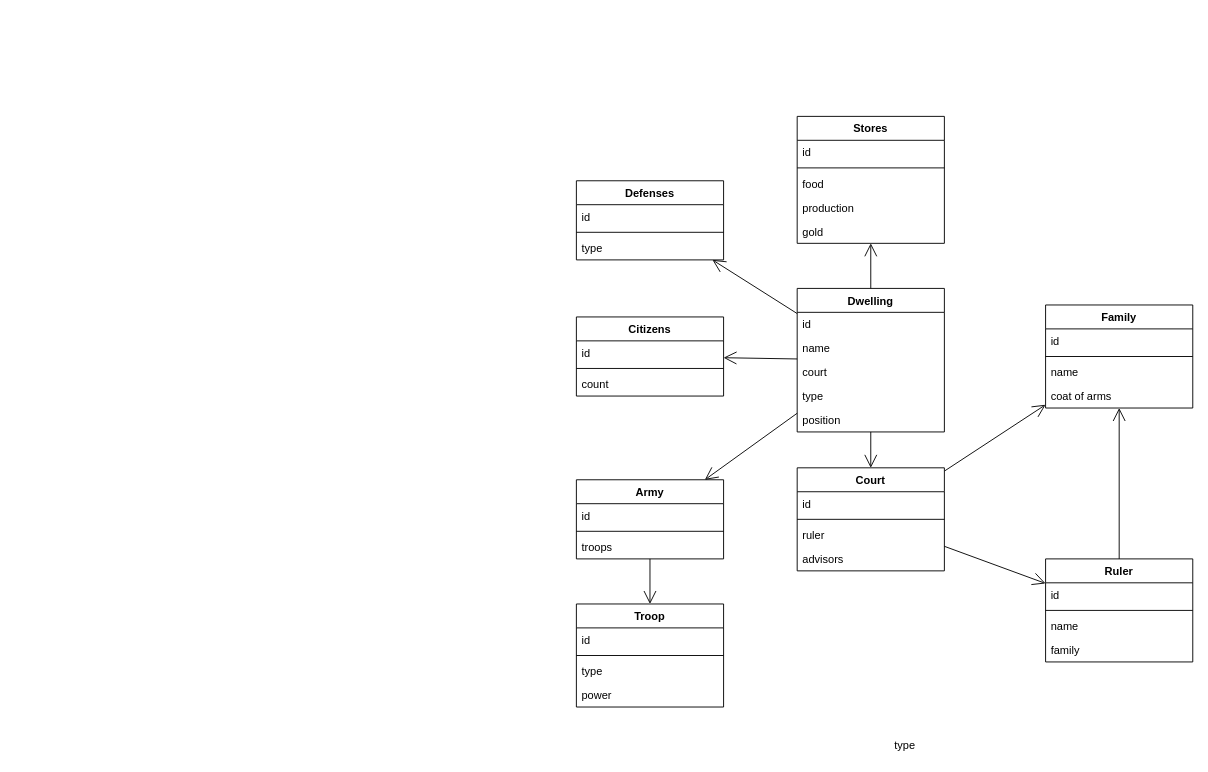
The draw.io diagram _designs/city_army.drawio in Oglop/RPGSim_r2, before the edit. Source tidied: cells renumbered, new cells numbered last; positions are measured from the earlier drawing's top-left corner, leaving out a move shared by most shapes. Both pictures are drawn from the tidied source at 92%, with x=0, y=0 at pixel (576, 116).
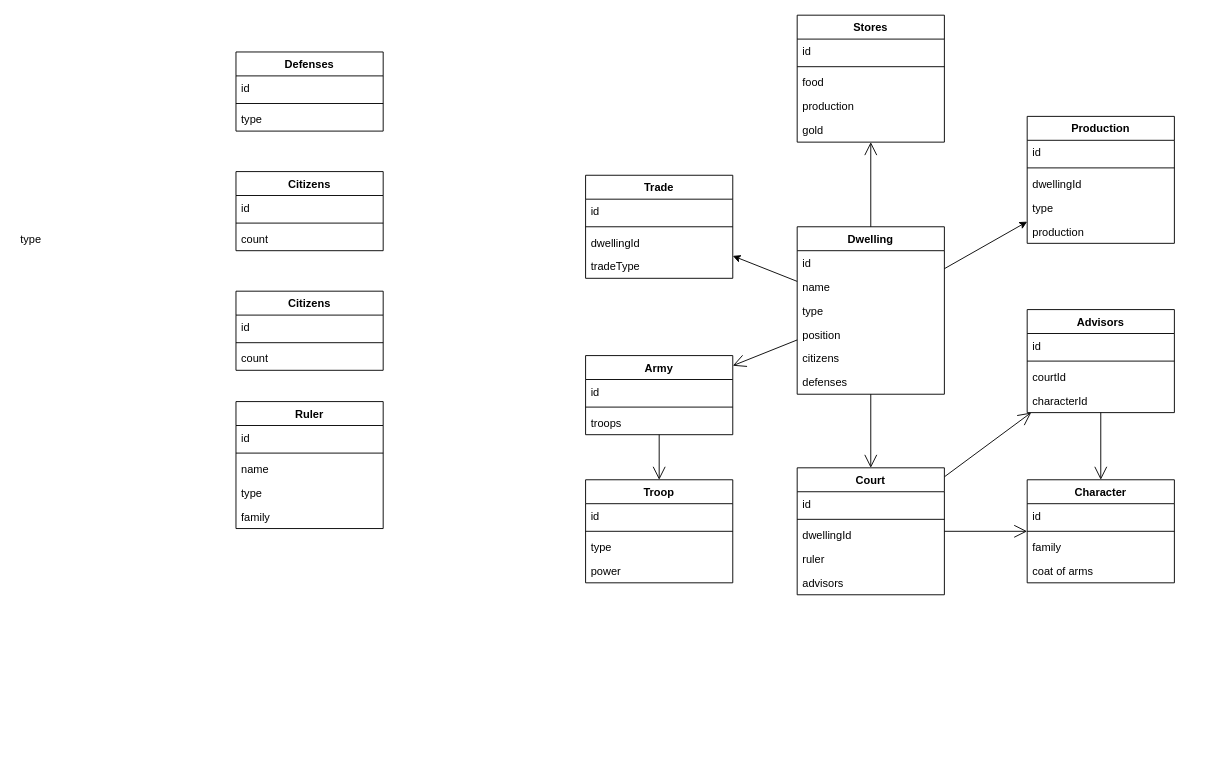
Above is the later version.

Commit message:
update city model

The edit, as a diff of the source:
```diff
@@
     <mxCell id="2" value="Dwelling" style="swimlane;fontStyle=1;align=center;verticalAlign=top;horizontal=1;startSize=26;" parent="1" vertex="1">
-      <mxGeometry x="240" y="187" width="160" height="156" as="geometry" />
+      <mxGeometry x="240" y="120" width="160" height="182" as="geometry" />
     </mxCell>
@@
-    <mxCell id="5" value="court" style="text;strokeColor=none;fillColor=none;align=left;verticalAlign=top;spacingLeft=4;spacingRight=4;overflow=hidden;" parent="2" vertex="1">
-      <mxGeometry y="78" width="160" height="26" as="geometry" />
-    </mxCell>
     <mxCell id="6" value="type" style="text;strokeColor=none;fillColor=none;align=left;verticalAlign=top;spacingLeft=4;spacingRight=4;overflow=hidden;" parent="2" vertex="1">
-      <mxGeometry y="104" width="160" height="26" as="geometry" />
+      <mxGeometry y="78" width="160" height="26" as="geometry" />
     </mxCell>
     <mxCell id="7" value="position" style="text;strokeColor=none;fillColor=none;align=left;verticalAlign=top;spacingLeft=4;spacingRight=4;overflow=hidden;" parent="2" vertex="1">
-      <mxGeometry y="130" width="160" height="26" as="geometry" />
+      <mxGeometry y="104" width="160" height="26" as="geometry" />
     </mxCell>
+    <mxCell id="56" value="citizens" style="text;strokeColor=none;fillColor=none;align=left;verticalAlign=top;spacingLeft=4;spacingRight=4;overflow=hidden;" parent="2" vertex="1">
+      <mxGeometry y="130" width="160" height="26" as="geometry" />
+    </mxCell>
+    <mxCell id="57" value="defenses" style="text;strokeColor=none;fillColor=none;align=left;verticalAlign=top;spacingLeft=4;spacingRight=4;overflow=hidden;" parent="2" vertex="1">
+      <mxGeometry y="156" width="160" height="26" as="geometry" />
+    </mxCell>
     <mxCell id="8" value="Ruler" style="swimlane;fontStyle=1;align=center;verticalAlign=top;horizontal=1;startSize=26;" parent="1" vertex="1">
-      <mxGeometry x="510" y="481" width="160" height="112" as="geometry" />
+      <mxGeometry x="-370" y="310" width="160" height="138" as="geometry" />
     </mxCell>
@@
+    <mxCell id="58" value="type" style="text;strokeColor=none;fillColor=none;align=left;verticalAlign=top;spacingLeft=4;spacingRight=4;overflow=hidden;" parent="8" vertex="1">
+      <mxGeometry y="86" width="160" height="26" as="geometry" />
+    </mxCell>
     <mxCell id="12" value="family" style="text;strokeColor=none;fillColor=none;align=left;verticalAlign=top;spacingLeft=4;spacingRight=4;overflow=hidden;" parent="8" vertex="1">
-      <mxGeometry y="86" width="160" height="26" as="geometry" />
+      <mxGeometry y="112" width="160" height="26" as="geometry" />
     </mxCell>
-    <mxCell id="13" value="Family" style="swimlane;fontStyle=1;align=center;verticalAlign=top;horizontal=1;startSize=26;" parent="1" vertex="1">
-      <mxGeometry x="510" y="205" width="160" height="112" as="geometry" />
+    <mxCell id="13" value="Advisors" style="swimlane;fontStyle=1;align=center;verticalAlign=top;horizontal=1;startSize=26;" parent="1" vertex="1">
+      <mxGeometry x="490" y="210" width="160" height="112" as="geometry" />
     </mxCell>
@@
+    <mxCell id="59" value="courtId" style="text;strokeColor=none;fillColor=none;align=left;verticalAlign=top;spacingLeft=4;spacingRight=4;overflow=hidden;" parent="13" vertex="1">
+      <mxGeometry y="60" width="160" height="26" as="geometry" />
+    </mxCell>
-    <mxCell id="16" value="name" style="text;strokeColor=none;fillColor=none;align=left;verticalAlign=top;spacingLeft=4;spacingRight=4;overflow=hidden;" parent="13" vertex="1">
-      <mxGeometry y="60" width="160" height="26" as="geometry" />
+    <mxCell id="16" value="characterId" style="text;strokeColor=none;fillColor=none;align=left;verticalAlign=top;spacingLeft=4;spacingRight=4;overflow=hidden;" parent="13" vertex="1">
+      <mxGeometry y="86" width="160" height="26" as="geometry" />
     </mxCell>
-    <mxCell id="17" value="coat of arms" style="text;strokeColor=none;fillColor=none;align=left;verticalAlign=top;spacingLeft=4;spacingRight=4;overflow=hidden;" parent="13" vertex="1">
-      <mxGeometry y="86" width="160" height="26" as="geometry" />
-    </mxCell>
     <mxCell id="18" value="Army" style="swimlane;fontStyle=1;align=center;verticalAlign=top;horizontal=1;startSize=26;" parent="1" vertex="1">
-      <mxGeometry y="395" width="160" height="86" as="geometry" />
+      <mxGeometry x="10" y="260" width="160" height="86" as="geometry" />
     </mxCell>
@@
     <mxCell id="22" value="Troop" style="swimlane;fontStyle=1;align=center;verticalAlign=top;horizontal=1;startSize=26;" parent="1" vertex="1">
-      <mxGeometry y="530" width="160" height="112" as="geometry" />
+      <mxGeometry x="10" y="395" width="160" height="112" as="geometry" />
     </mxCell>
@@
     <mxCell id="27" value="type" style="text;strokeColor=none;fillColor=none;align=left;verticalAlign=top;spacingLeft=4;spacingRight=4;overflow=hidden;" parent="1" vertex="1">
-      <mxGeometry x="340" y="670" width="160" height="26" as="geometry" />
+      <mxGeometry x="-610" y="120" width="160" height="26" as="geometry" />
     </mxCell>
     <mxCell id="28" value="Defenses" style="swimlane;fontStyle=1;align=center;verticalAlign=top;horizontal=1;startSize=26;" parent="1" vertex="1">
-      <mxGeometry y="70" width="160" height="86" as="geometry" />
+      <mxGeometry x="-370" y="-70" width="160" height="86" as="geometry" />
     </mxCell>
@@
-    <mxCell id="32" style="endArrow=open;endFill=1;endSize=12;html=1;rounded=0;" parent="1" edge="1" source="2" target="28">
-      <mxGeometry relative="1" as="geometry" />
-    </mxCell>
-    <mxCell id="33" style="endArrow=open;endFill=1;endSize=12;html=1;rounded=0;" parent="1" edge="1" source="2" target="44">
-      <mxGeometry relative="1" as="geometry" />
-    </mxCell>
@@
-    <mxCell id="35" style="endArrow=open;endFill=1;endSize=12;html=1;rounded=0;" parent="1" edge="1" source="8" target="13">
-      <mxGeometry relative="1" as="geometry" />
-    </mxCell>
@@
     <mxCell id="38" value="Stores" style="swimlane;fontStyle=1;align=center;verticalAlign=top;horizontal=1;startSize=26;" parent="1" vertex="1">
-      <mxGeometry x="240" width="160" height="138" as="geometry" />
+      <mxGeometry x="240" y="-110" width="160" height="138" as="geometry" />
     </mxCell>
@@
     <mxCell id="44" value="Citizens" style="swimlane;fontStyle=1;align=center;verticalAlign=top;horizontal=1;startSize=26;" parent="1" vertex="1">
-      <mxGeometry y="218" width="160" height="86" as="geometry" />
+      <mxGeometry x="-370" y="60" width="160" height="86" as="geometry" />
     </mxCell>
@@
     <mxCell id="49" value="Court" style="swimlane;fontStyle=1;align=center;verticalAlign=top;horizontal=1;startSize=26;" parent="1" vertex="1">
-      <mxGeometry x="240" y="382" width="160" height="112" as="geometry" />
+      <mxGeometry x="240" y="382" width="160" height="138" as="geometry" />
     </mxCell>
@@
+    <mxCell id="60" value="dwellingId" style="text;strokeColor=none;fillColor=none;align=left;verticalAlign=top;spacingLeft=4;spacingRight=4;overflow=hidden;" parent="49" vertex="1">
+      <mxGeometry y="60" width="160" height="26" as="geometry" />
+    </mxCell>
     <mxCell id="52" value="ruler" style="text;strokeColor=none;fillColor=none;align=left;verticalAlign=top;spacingLeft=4;spacingRight=4;overflow=hidden;" parent="49" vertex="1">
-      <mxGeometry y="60" width="160" height="26" as="geometry" />
+      <mxGeometry y="86" width="160" height="26" as="geometry" />
     </mxCell>
     <mxCell id="53" value="advisors" style="text;strokeColor=none;fillColor=none;align=left;verticalAlign=top;spacingLeft=4;spacingRight=4;overflow=hidden;" parent="49" vertex="1">
-      <mxGeometry y="86" width="160" height="26" as="geometry" />
+      <mxGeometry y="112" width="160" height="26" as="geometry" />
     </mxCell>
-    <mxCell id="54" style="endArrow=open;endFill=1;endSize=12;html=1;rounded=0;" parent="1" edge="1" source="49" target="8">
+    <mxCell id="54" style="endArrow=open;endFill=1;endSize=12;html=1;rounded=0;" parent="1" edge="1" source="49" target="67">
       <mxGeometry relative="1" as="geometry" />
     </mxCell>
@@
+    <mxCell id="61" value="Production" style="swimlane;fontStyle=1;align=center;verticalAlign=top;horizontal=1;startSize=26;" parent="1" vertex="1">
+      <mxGeometry x="490" width="160" height="138" as="geometry" />
+    </mxCell>
+    <mxCell id="62" value="id" style="text;strokeColor=none;fillColor=none;align=left;verticalAlign=top;spacingLeft=4;spacingRight=4;overflow=hidden;" parent="61" vertex="1">
+      <mxGeometry y="26" width="160" height="26" as="geometry" />
+    </mxCell>
+    <mxCell id="63" style="line;strokeWidth=1;fillColor=none;align=left;verticalAlign=middle;spacingTop=-1;spacingLeft=3;spacingRight=3;labelPosition=right;" parent="61" vertex="1">
+      <mxGeometry y="52" width="160" height="8" as="geometry" />
+    </mxCell>
+    <mxCell id="64" value="dwellingId" style="text;strokeColor=none;fillColor=none;align=left;verticalAlign=top;spacingLeft=4;spacingRight=4;overflow=hidden;" parent="61" vertex="1">
+      <mxGeometry y="60" width="160" height="26" as="geometry" />
+    </mxCell>
+    <mxCell id="65" value="type" style="text;strokeColor=none;fillColor=none;align=left;verticalAlign=top;spacingLeft=4;spacingRight=4;overflow=hidden;" parent="61" vertex="1">
+      <mxGeometry y="86" width="160" height="26" as="geometry" />
+    </mxCell>
+    <mxCell id="66" value="production" style="text;strokeColor=none;fillColor=none;align=left;verticalAlign=top;spacingLeft=4;spacingRight=4;overflow=hidden;" parent="61" vertex="1">
+      <mxGeometry y="112" width="160" height="26" as="geometry" />
+    </mxCell>
+    <mxCell id="67" value="Character" style="swimlane;fontStyle=1;align=center;verticalAlign=top;horizontal=1;startSize=26;" parent="1" vertex="1">
+      <mxGeometry x="490" y="395" width="160" height="112" as="geometry" />
+    </mxCell>
+    <mxCell id="68" value="id" style="text;strokeColor=none;fillColor=none;align=left;verticalAlign=top;spacingLeft=4;spacingRight=4;overflow=hidden;" parent="67" vertex="1">
+      <mxGeometry y="26" width="160" height="26" as="geometry" />
+    </mxCell>
+    <mxCell id="69" style="line;strokeWidth=1;fillColor=none;align=left;verticalAlign=middle;spacingTop=-1;spacingLeft=3;spacingRight=3;labelPosition=right;" parent="67" vertex="1">
+      <mxGeometry y="52" width="160" height="8" as="geometry" />
+    </mxCell>
+    <mxCell id="70" value="family" style="text;strokeColor=none;fillColor=none;align=left;verticalAlign=top;spacingLeft=4;spacingRight=4;overflow=hidden;" parent="67" vertex="1">
+      <mxGeometry y="60" width="160" height="26" as="geometry" />
+    </mxCell>
+    <mxCell id="17" value="coat of arms" style="text;strokeColor=none;fillColor=none;align=left;verticalAlign=top;spacingLeft=4;spacingRight=4;overflow=hidden;" parent="67" vertex="1">
+      <mxGeometry y="86" width="160" height="26" as="geometry" />
+    </mxCell>
+    <mxCell id="71" style="endArrow=open;endFill=1;endSize=12;html=1;rounded=0;" parent="1" edge="1" source="13" target="67">
+      <mxGeometry relative="1" as="geometry" />
+    </mxCell>
+    <mxCell id="72" style="endArrow=classic;html=1;rounded=0;" parent="1" edge="1" source="2" target="61">
+      <mxGeometry relative="1" as="geometry" />
+    </mxCell>
+    <mxCell id="73" value="Citizens" style="swimlane;fontStyle=1;align=center;verticalAlign=top;horizontal=1;startSize=26;" parent="1" vertex="1">
+      <mxGeometry x="-370" y="190" width="160" height="86" as="geometry" />
+    </mxCell>
+    <mxCell id="74" value="id" style="text;strokeColor=none;fillColor=none;align=left;verticalAlign=top;spacingLeft=4;spacingRight=4;overflow=hidden;" parent="73" vertex="1">
+      <mxGeometry y="26" width="160" height="26" as="geometry" />
+    </mxCell>
+    <mxCell id="75" style="line;strokeWidth=1;fillColor=none;align=left;verticalAlign=middle;spacingTop=-1;spacingLeft=3;spacingRight=3;labelPosition=right;" parent="73" vertex="1">
+      <mxGeometry y="52" width="160" height="8" as="geometry" />
+    </mxCell>
+    <mxCell id="76" value="count" style="text;strokeColor=none;fillColor=none;align=left;verticalAlign=top;spacingLeft=4;spacingRight=4;overflow=hidden;" parent="73" vertex="1">
+      <mxGeometry y="60" width="160" height="26" as="geometry" />
+    </mxCell>
+    <mxCell id="77" value="Trade" style="swimlane;fontStyle=1;align=center;verticalAlign=top;horizontal=1;startSize=26;" parent="1" vertex="1">
+      <mxGeometry x="10" y="64" width="160" height="112" as="geometry" />
+    </mxCell>
+    <mxCell id="78" value="id" style="text;strokeColor=none;fillColor=none;align=left;verticalAlign=top;spacingLeft=4;spacingRight=4;overflow=hidden;" parent="77" vertex="1">
+      <mxGeometry y="26" width="160" height="26" as="geometry" />
+    </mxCell>
+    <mxCell id="79" style="line;strokeWidth=1;fillColor=none;align=left;verticalAlign=middle;spacingTop=-1;spacingLeft=3;spacingRight=3;labelPosition=right;" parent="77" vertex="1">
+      <mxGeometry y="52" width="160" height="8" as="geometry" />
+    </mxCell>
+    <mxCell id="80" value="dwellingId" style="text;strokeColor=none;fillColor=none;align=left;verticalAlign=top;spacingLeft=4;spacingRight=4;overflow=hidden;" parent="77" vertex="1">
+      <mxGeometry y="60" width="160" height="26" as="geometry" />
+    </mxCell>
+    <mxCell id="81" value="tradeType" style="text;strokeColor=none;fillColor=none;align=left;verticalAlign=top;spacingLeft=4;spacingRight=4;overflow=hidden;" parent="77" vertex="1">
+      <mxGeometry y="86" width="160" height="26" as="geometry" />
+    </mxCell>
+    <mxCell id="82" style="endArrow=classic;html=1;rounded=0;" parent="1" edge="1" source="2" target="77">
+      <mxGeometry relative="1" as="geometry" />
+    </mxCell>
```
